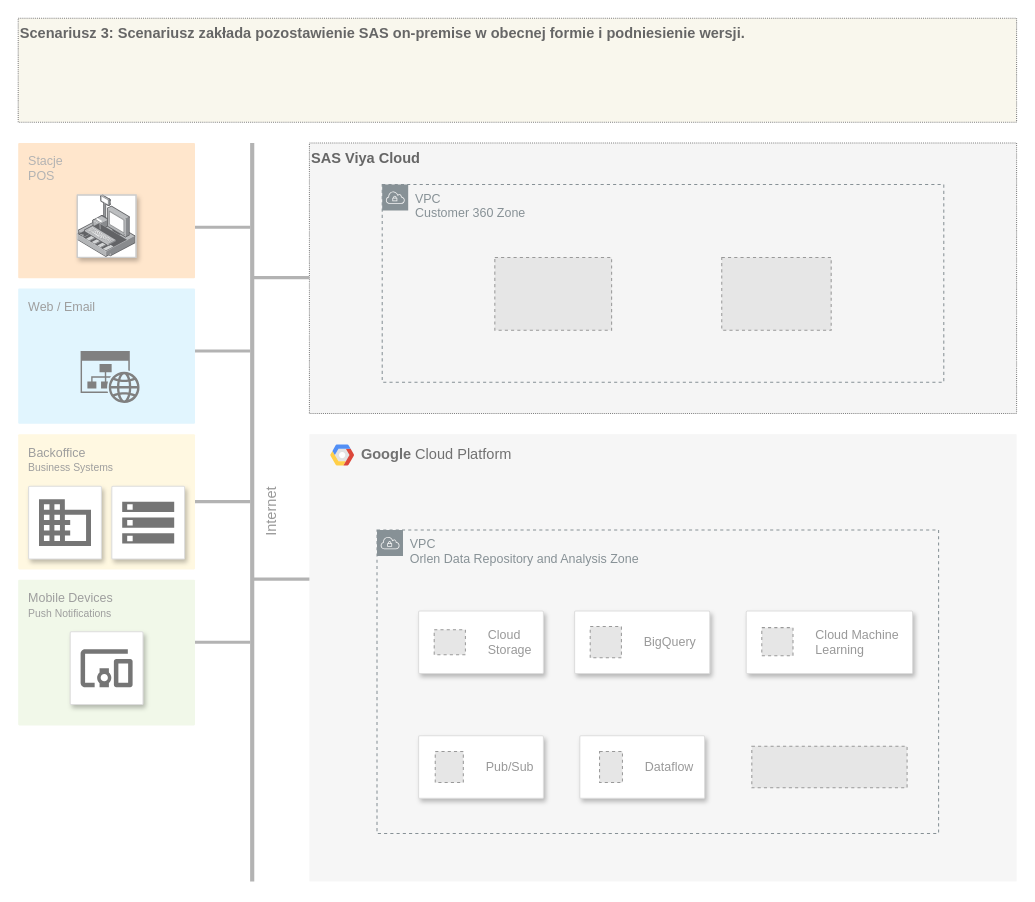
JarekMaleszyk/diagrams keeps this draw.io diagram as gcp/GCP_SAS_concept_on_provider_cloud_v0.1.drawio. Above is the earlier version. Source tidied: cells renumbered, new cells numbered last; positions are measured from the earlier drawing's top-left corner, leaving out a move shared by most shapes. Both pictures are drawn from the tidied source at 104%, with x=0, y=0 at pixel (18, 18). Pictures stored in the file or linked from it are replaced by grey dashed boxes.
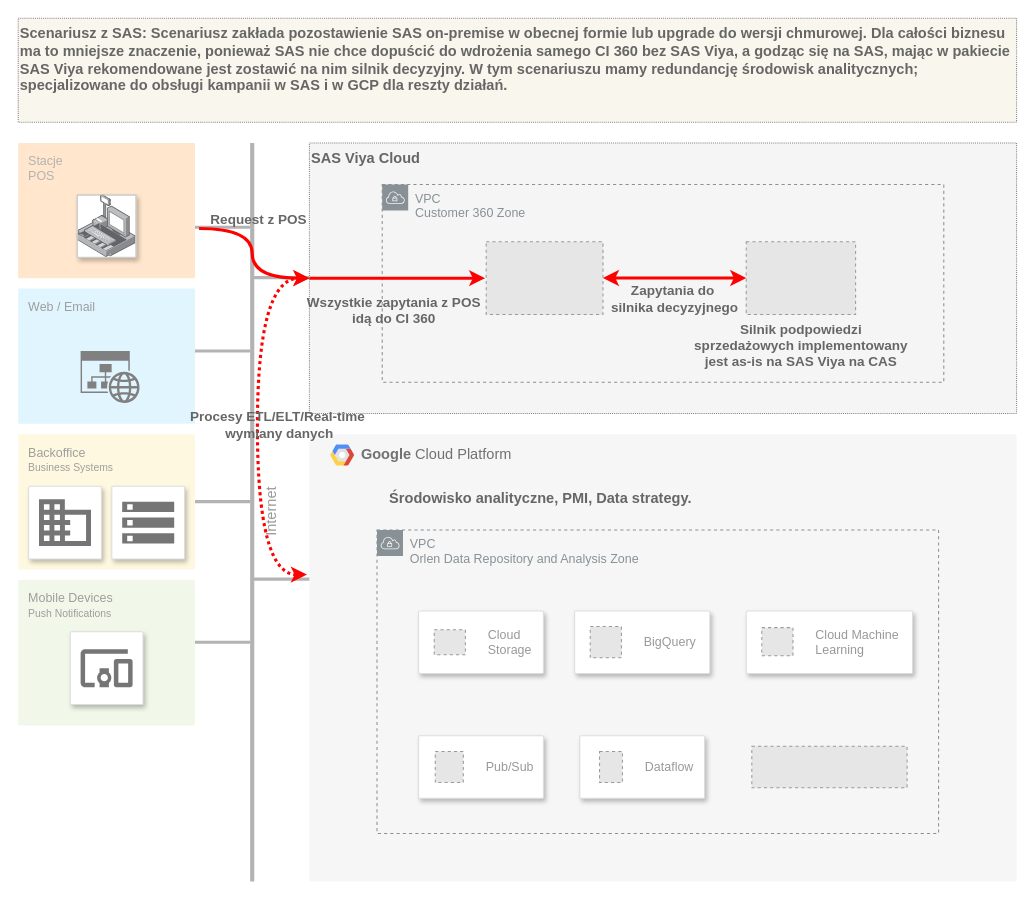
The same page after the edit.

The change refers to these unchanged cells:
```xml
<mxCell id="12" value="Stacje&lt;div&gt;POS&lt;/div&gt;" style="rounded=1;absoluteArcSize=1;arcSize=2;html=1;strokeColor=none;shadow=0;dashed=0;fontSize=12;align=left;verticalAlign=top;spacing=10;spacingTop=-4;fillColor=#ffe6cc;fontColor=#B3B3B3;" parent="1" vertex="1">
  <mxGeometry y="120" width="170" height="130" as="geometry" />
</mxCell>
<mxCell id="14" value="&lt;b&gt;Google &lt;/b&gt;Cloud Platform" style="fillColor=#F6F6F6;strokeColor=none;shadow=0;gradientColor=none;fontSize=14;align=left;spacing=10;fontColor=#717171;9E9E9E;verticalAlign=top;spacingTop=-4;fontStyle=0;spacingLeft=40;html=1;whiteSpace=wrap;dashed=1;dashPattern=1 1;" parent="1" vertex="1">
  <mxGeometry x="280" y="400" width="680" height="430" as="geometry" />
</mxCell>
<mxCell id="30" value="SAS Viya Cloud" style="rounded=0;whiteSpace=wrap;html=1;fillColor=#f5f5f5;fontColor=#666666;strokeColor=#808080;dashed=1;dashPattern=1 1;align=left;verticalAlign=top;fontSize=14;fontStyle=1;" parent="1" vertex="1">
  <mxGeometry x="280" y="120" width="680" height="260" as="geometry" />
</mxCell>
```

Diff of the diagram source:
```diff
@@
-    <mxCell id="2" value="Scenariusz 3: Scenariusz zakłada pozostawienie SAS on-premise w obecnej formie i podniesienie wersji.&amp;nbsp;" style="rounded=0;whiteSpace=wrap;html=1;strokeWidth=1;fillWeight=4;hachureGap=8;hachureAngle=45;align=left;verticalAlign=top;fontSize=14;labelBackgroundColor=none;fillColor=#f9f7ed;strokeColor=#808080;dashed=1;dashPattern=1 1;fontColor=#666666;fontStyle=1;" parent="1" vertex="1">
+    <mxCell id="2" value="Scenariusz z SAS: Scenariusz zakłada pozostawienie SAS on-premise w obecnej formie lub upgrade do wersji chmurowej. Dla całości biznesu ma to mniejsze znaczenie, ponieważ SAS nie chce dopuścić do wdrożenia samego CI 360 bez SAS Viya, a godząc się na SAS, mając w pakiecie SAS Viya rekomendowane jest zostawić na nim silnik decyzyjny. W tym scenariuszu mamy redundancję środowisk analitycznych; specjalizowane do obsługi kampanii w SAS i w GCP dla reszty działań.&amp;nbsp;" style="rounded=0;whiteSpace=wrap;html=1;strokeWidth=1;fillWeight=4;hachureGap=8;hachureAngle=45;align=left;verticalAlign=top;fontSize=14;labelBackgroundColor=none;fillColor=#f9f7ed;strokeColor=#808080;dashed=1;dashPattern=1 1;fontColor=#666666;fontStyle=1;" parent="1" vertex="1">
       <mxGeometry width="960" height="100" as="geometry" />
     </mxCell>
@@
+    <mxCell id="40" value="Środowisko analityczne, PMI, Data strategy." style="text;html=1;align=center;verticalAlign=middle;whiteSpace=wrap;rounded=0;fontStyle=1;fontColor=#666666;fontSize=14;" parent="14" vertex="1">
+      <mxGeometry x="65" y="32.1" width="315" height="60" as="geometry" />
+    </mxCell>
@@
     <mxCell id="38" style="fillColor=#E6E6E6;strokeColor=#999999;dashed=1;verticalLabelPosition=bottom;labelBackgroundColor=default;verticalAlign=top;" parent="1" vertex="1">
-      <mxGeometry x="458.3" y="230" width="112.3" height="70" as="geometry" />
+      <mxGeometry x="450" y="215" width="112.3" height="70" as="geometry" />
     </mxCell>
     <mxCell id="39" style="fillColor=#E6E6E6;strokeColor=#999999;dashed=1;verticalLabelPosition=bottom;labelBackgroundColor=default;verticalAlign=top;" parent="1" vertex="1">
-      <mxGeometry x="676.5" y="230" width="105.2" height="70" as="geometry" />
+      <mxGeometry x="700" y="215" width="105.2" height="70" as="geometry" />
     </mxCell>
+    <mxCell id="41" style="endArrow=classic;startArrow=classic;html=1;rounded=0;entryX=0;entryY=0.5;entryDx=0;entryDy=0;verticalAlign=top;labelPosition=center;verticalLabelPosition=bottom;align=center;strokeWidth=3;strokeColor=#FF0000;" parent="1" edge="1">
+      <mxGeometry relative="1" as="geometry">
+        <mxPoint x="562.3" y="249.8" as="sourcePoint" />
+        <mxPoint x="700" y="249.8" as="targetPoint" />
+        <Array as="points">
+          <mxPoint x="630" y="249.8" />
+        </Array>
+      </mxGeometry>
+    </mxCell>
+    <mxCell id="42" value="Zapytania do&amp;nbsp;&lt;div style=&quot;font-size: 13px;&quot;&gt;silnika decyzyjnego&lt;/div&gt;" style="edgeLabel;html=1;align=center;verticalAlign=middle;labelBackgroundColor=none;fontStyle=1;fontColor=#666666;fontSize=13;" parent="41" vertex="1">
+      <mxGeometry x="0.22" y="-1" relative="1" as="geometry">
+        <mxPoint x="-16" y="19" as="offset" />
+      </mxGeometry>
+    </mxCell>
+    <mxCell id="43" style="endArrow=classic;startArrow=classic;html=1;rounded=0;exitX=-0.002;exitY=0.314;exitDx=0;exitDy=0;exitPerimeter=0;edgeStyle=orthogonalEdgeStyle;curved=1;strokeWidth=3;strokeColor=#FF0000;dashed=1;dashPattern=1 1;fontSize=14;" parent="1" edge="1">
+      <mxGeometry relative="1" as="geometry">
+        <mxPoint x="277.6" y="535" as="sourcePoint" />
+        <mxPoint x="280" y="250" as="targetPoint" />
+        <Array as="points">
+          <mxPoint x="230" y="535" />
+          <mxPoint x="230" y="250" />
+        </Array>
+      </mxGeometry>
+    </mxCell>
+    <mxCell id="44" value="Procesy ETL/ELT/Real-time&amp;nbsp;&lt;div style=&quot;font-size: 13px;&quot;&gt;wymiany danych&lt;/div&gt;" style="edgeLabel;html=1;align=center;verticalAlign=middle;fontStyle=1;labelBackgroundColor=none;fontColor=#666666;fontSize=13;" parent="43" vertex="1">
+      <mxGeometry x="0.02" y="-1" relative="1" as="geometry">
+        <mxPoint x="19" y="3" as="offset" />
+      </mxGeometry>
+    </mxCell>
+    <mxCell id="45" value="Silnik podpowiedzi sprzedażowych implementowany jest as-is na SAS Viya na CAS" style="text;html=1;align=center;verticalAlign=middle;whiteSpace=wrap;rounded=0;fontStyle=1;labelBackgroundColor=none;fontColor=#666666;fontSize=13;" parent="1" vertex="1">
+      <mxGeometry x="645.8" y="285" width="213.6" height="60" as="geometry" />
+    </mxCell>
+    <mxCell id="46" style="endArrow=classic;html=1;rounded=0;exitX=0;exitY=0.5;exitDx=0;exitDy=0;strokeWidth=3;strokeColor=#FF0000;" parent="1" edge="1" source="30">
+      <mxGeometry relative="1" as="geometry">
+        <mxPoint x="449" y="250" as="targetPoint" />
+      </mxGeometry>
+    </mxCell>
+    <mxCell id="47" value="Wszystkie zapytania z POS&lt;div style=&quot;font-size: 13px;&quot;&gt;idą do CI 360&lt;/div&gt;" style="edgeLabel;html=1;align=center;verticalAlign=middle;labelBackgroundColor=none;fontStyle=1;fontColor=#666666;fontSize=13;" parent="46" vertex="1">
+      <mxGeometry x="0.28" y="-1" relative="1" as="geometry">
+        <mxPoint x="-28" y="29" as="offset" />
+      </mxGeometry>
+    </mxCell>
+    <mxCell id="48" style="endArrow=classic;html=1;rounded=0;exitX=1.023;exitY=0.632;exitDx=0;exitDy=0;strokeWidth=3;strokeColor=#FF0000;exitPerimeter=0;edgeStyle=orthogonalEdgeStyle;curved=1;entryX=0;entryY=0.5;entryDx=0;entryDy=0;" parent="1" edge="1" source="12" target="30">
+      <mxGeometry relative="1" as="geometry" />
+    </mxCell>
+    <mxCell id="49" value="Request z POS" style="edgeLabel;html=1;align=center;verticalAlign=middle;labelBackgroundColor=none;fontStyle=1;fontColor=#666666;fontSize=13;" parent="48" vertex="1">
+      <mxGeometry x="0.28" y="-1" relative="1" as="geometry">
+        <mxPoint x="6" y="-57" as="offset" />
+      </mxGeometry>
+    </mxCell>
```
